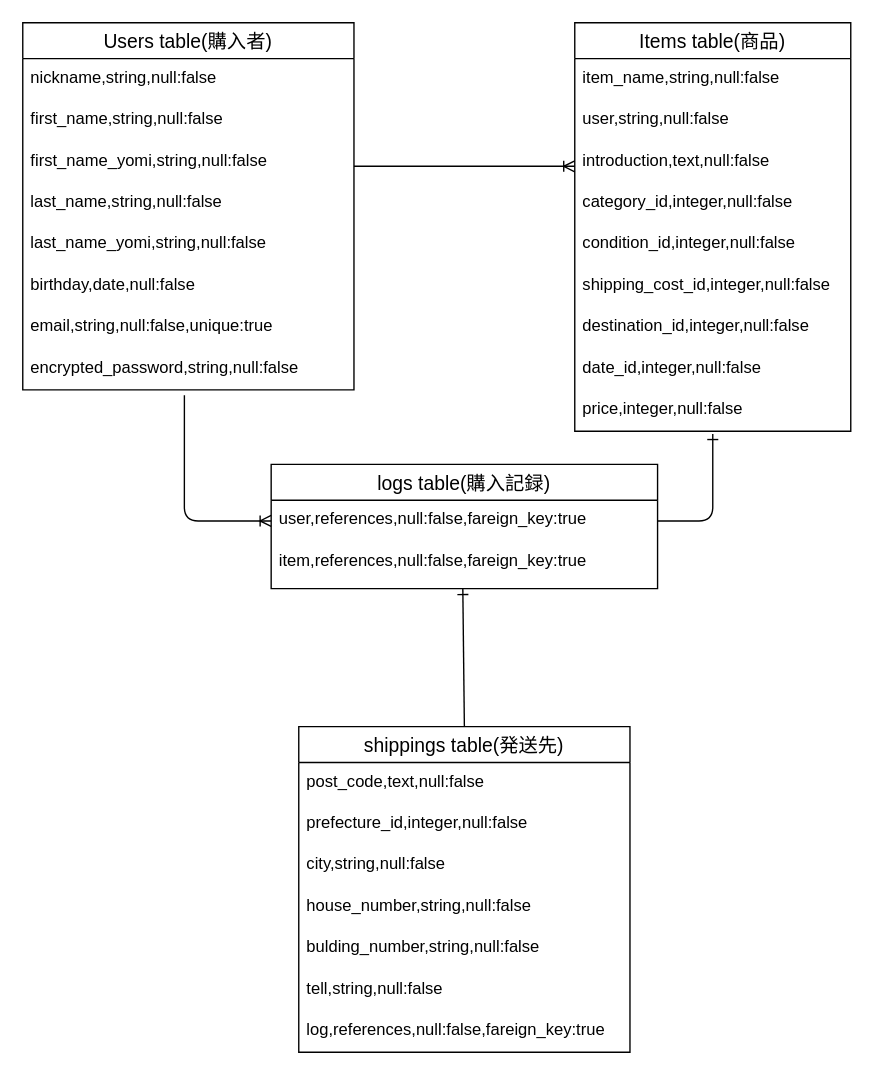
Before: test.dio in suzumasa96/furima2-31955, a draw.io diagram. Source tidied: cells renumbered, new cells numbered last; positions are measured from the earlier drawing's top-left corner, leaving out a move shared by most shapes. Both pictures are drawn from the tidied source at 138%, with x=0, y=0 at pixel (22, 22).
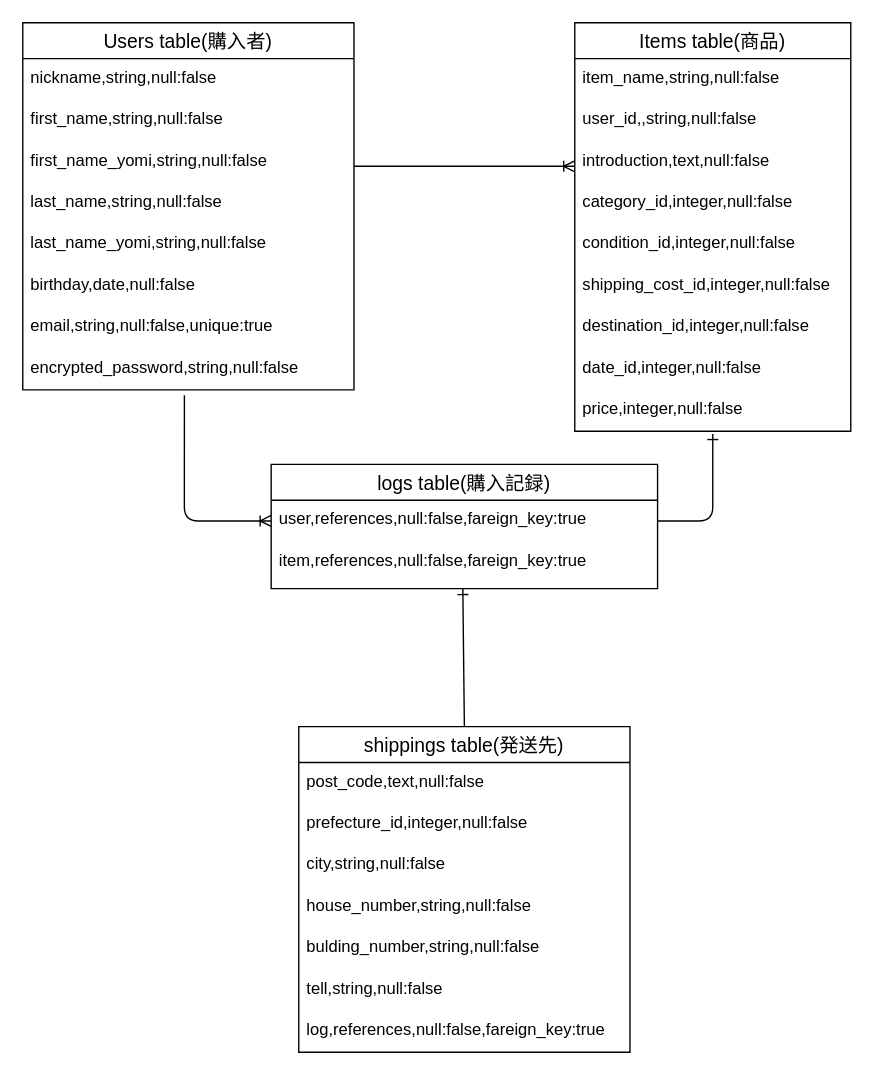
After the change.

Commit message (it also covers changes not shown here):
Basic認証を導入

Unchanged cells that the change refers to:
```xml
<mxCell id="13" value="Items table(商品)" style="swimlane;fontStyle=0;horizontal=1;startSize=26;align=center;fontSize=14;" parent="1" vertex="1">
  <mxGeometry x="400" width="200" height="296" as="geometry" />
</mxCell>
```

Change to the diagram source:
```diff
@@
-    <mxCell id="15" value="user,string,null:false" style="text;strokeColor=none;fillColor=none;spacingLeft=4;spacingRight=4;overflow=hidden;fontSize=12;" parent="13" vertex="1">
+    <mxCell id="15" value="user_id,,string,null:false" style="text;strokeColor=none;fillColor=none;spacingLeft=4;spacingRight=4;overflow=hidden;fontSize=12;" parent="13" vertex="1">
       <mxGeometry y="56" width="200" height="30" as="geometry" />
     </mxCell>
```
